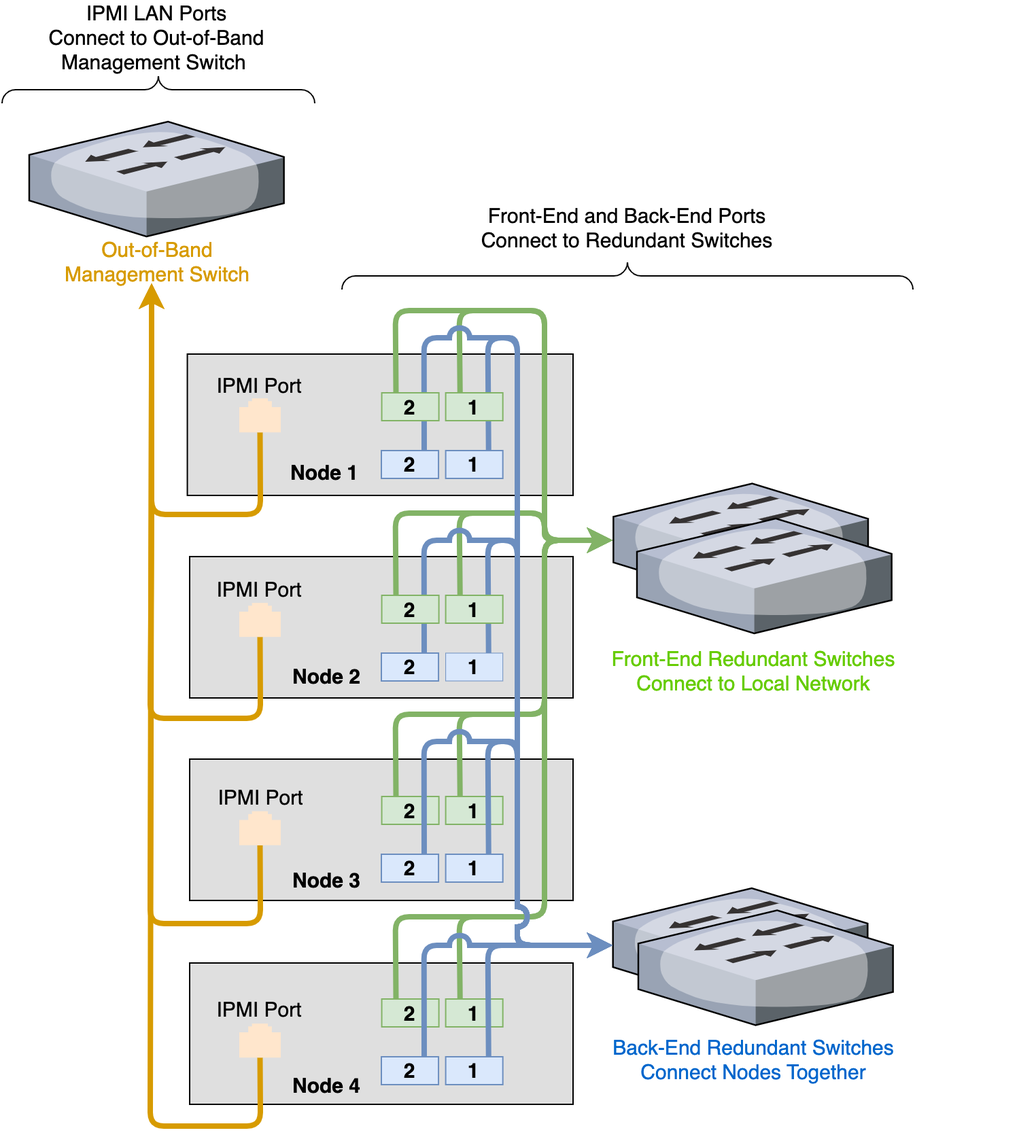
The draw.io diagram hardware-guide/platform-agnostic/images/platform-agnostic-split-networking-four-node-cluster.png in Qumulo/docs, before a commit. Source tidied: cells renumbered, new cells last; positions are measured from the earlier drawing's top-left corner, leaving out a move shared by most shapes.
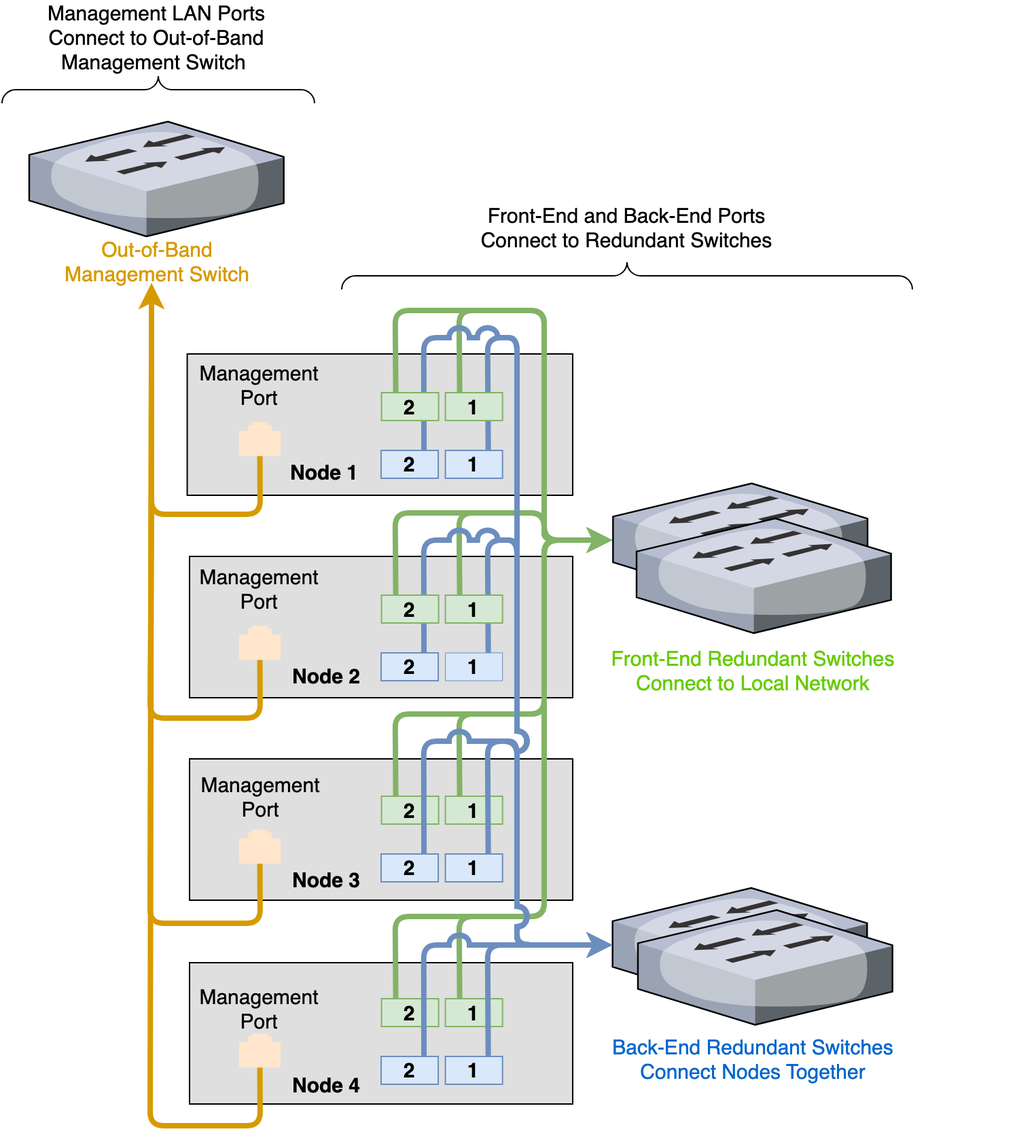
Above is the later version.

What changed in the source:
```diff
@@ -26,7 +26,7 @@
     <mxCell id="9" style="verticalLabelPosition=bottom;shadow=0;dashed=0;align=center;html=1;verticalAlign=top;strokeWidth=1;shape=mxgraph.mockup.markup.curlyBrace;fontColor=#66B2FF;" parent="1" vertex="1">
       <mxGeometry x="251" y="185.5" width="420" height="20" as="geometry" />
     </mxCell>
-    <mxCell id="10" value="&lt;span style=&quot;font-weight: normal&quot;&gt;IPMI LAN Ports&lt;br&gt;Connect to Out-of-Band&lt;br&gt;Management Switch&amp;nbsp;&lt;/span&gt;" style="text;html=1;strokeColor=none;fillColor=none;align=center;verticalAlign=middle;whiteSpace=wrap;rounded=0;shadow=0;fontSize=15;fontStyle=1;" parent="1" vertex="1">
+    <mxCell id="10" value="&lt;span style=&quot;font-weight: normal&quot;&gt;Management LAN Ports&lt;br&gt;Connect to Out-of-Band&lt;br&gt;Management Switch&amp;nbsp;&lt;/span&gt;" style="text;html=1;strokeColor=none;fillColor=none;align=center;verticalAlign=middle;whiteSpace=wrap;rounded=0;shadow=0;fontSize=15;fontStyle=1;" parent="1" vertex="1">
       <mxGeometry x="-0.3" width="230" height="40" as="geometry" />
     </mxCell>
     <mxCell id="11" style="verticalLabelPosition=bottom;shadow=0;dashed=0;align=center;html=1;verticalAlign=top;strokeWidth=1;shape=mxgraph.mockup.markup.curlyBrace;fontColor=#66B2FF;" parent="1" vertex="1">
@@ -82,7 +82,7 @@
       </mxGeometry>
     </mxCell>
     <mxCell id="19" style="group;" parent="1" vertex="1">
-      <mxGeometry x="175.5" y="745.5" width="30.5" height="23" as="geometry" />
+      <mxGeometry x="175.5" y="753" width="30.5" height="23" as="geometry" />
     </mxCell>
     <mxCell id="20" style="group;" parent="19" vertex="1">
       <mxGeometry y="0.1" width="30.5" height="25" as="geometry" />
@@ -96,17 +96,14 @@
     <mxCell id="23" style="rounded=0;whiteSpace=wrap;html=1;strokeWidth=0.5;fillColor=#ffe6cc;strokeColor=none;" parent="20" vertex="1">
       <mxGeometry x="9.4" width="11.7" height="8.3" as="geometry" />
     </mxCell>
-    <mxCell id="24" value="&lt;span style=&quot;&quot;&gt;IPMI Port&lt;/span&gt;" style="text;html=1;strokeColor=none;fillColor=none;align=center;verticalAlign=middle;whiteSpace=wrap;rounded=0;shadow=0;fontSize=15;fontStyle=0;" parent="1" vertex="1">
+    <mxCell id="24" value="&lt;span style=&quot;&quot;&gt;Management&lt;br&gt;Port&lt;br&gt;&lt;/span&gt;" style="text;html=1;strokeColor=none;fillColor=none;align=center;verticalAlign=middle;whiteSpace=wrap;rounded=0;shadow=0;fontSize=15;fontStyle=0;" parent="1" vertex="1">
       <mxGeometry x="149.8" y="725" width="81" height="20" as="geometry" />
     </mxCell>
     <mxCell id="25" value="&lt;span style=&quot;&quot;&gt;Node 2&lt;/span&gt;" style="text;html=1;strokeColor=none;fillColor=none;align=center;verticalAlign=middle;whiteSpace=wrap;rounded=0;shadow=0;fontSize=15;fontStyle=1;" parent="1" vertex="1">
       <mxGeometry x="139.8" y="480" width="200.2" height="20" as="geometry" />
     </mxCell>
-    <mxCell id="26" value="&lt;span style=&quot;&quot;&gt;IPMI Port&lt;/span&gt;" style="text;html=1;strokeColor=none;fillColor=none;align=center;verticalAlign=middle;whiteSpace=wrap;rounded=0;shadow=0;fontSize=15;fontStyle=0;" parent="1" vertex="1">
-      <mxGeometry x="150.8" y="569.2" width="81" height="20" as="geometry" />
-    </mxCell>
     <mxCell id="27" style="group;" parent="1" vertex="1">
-      <mxGeometry x="175.5" y="589.2" width="30.5" height="23" as="geometry" />
+      <mxGeometry x="175.5" y="603" width="30.5" height="23" as="geometry" />
     </mxCell>
     <mxCell id="28" style="group;" parent="27" vertex="1">
       <mxGeometry y="0.1" width="30.5" height="25" as="geometry" />
@@ -120,11 +117,8 @@
     <mxCell id="31" style="rounded=0;whiteSpace=wrap;html=1;strokeWidth=0.5;fillColor=#ffe6cc;strokeColor=none;" parent="28" vertex="1">
       <mxGeometry x="9.4" width="11.7" height="8.3" as="geometry" />
     </mxCell>
-    <mxCell id="32" value="&lt;span style=&quot;&quot;&gt;IPMI Port&lt;/span&gt;" style="text;html=1;strokeColor=none;fillColor=none;align=center;verticalAlign=middle;whiteSpace=wrap;rounded=0;shadow=0;fontSize=15;fontStyle=0;" parent="1" vertex="1">
-      <mxGeometry x="149.8" y="416" width="81" height="20" as="geometry" />
-    </mxCell>
     <mxCell id="33" style="group;" parent="1" vertex="1">
-      <mxGeometry x="175.5" y="436" width="30.5" height="23" as="geometry" />
+      <mxGeometry x="175.5" y="453" width="30.5" height="23" as="geometry" />
     </mxCell>
     <mxCell id="34" style="group;" parent="33" vertex="1">
       <mxGeometry y="0.1" width="30.5" height="25" as="geometry" />
@@ -138,11 +132,8 @@
     <mxCell id="37" style="rounded=0;whiteSpace=wrap;html=1;strokeWidth=0.5;fillColor=#ffe6cc;strokeColor=none;" parent="34" vertex="1">
       <mxGeometry x="9.4" width="11.7" height="8.3" as="geometry" />
     </mxCell>
-    <mxCell id="38" value="&lt;span style=&quot;&quot;&gt;IPMI Port&lt;/span&gt;" style="text;html=1;strokeColor=none;fillColor=none;align=center;verticalAlign=middle;whiteSpace=wrap;rounded=0;shadow=0;fontSize=15;fontStyle=0;" parent="1" vertex="1">
-      <mxGeometry x="149.8" y="265.5" width="81" height="20" as="geometry" />
-    </mxCell>
     <mxCell id="39" style="group;" parent="1" vertex="1">
-      <mxGeometry x="175.5" y="285.5" width="30.5" height="23" as="geometry" />
+      <mxGeometry x="175.5" y="303" width="30.5" height="23" as="geometry" />
     </mxCell>
     <mxCell id="40" style="group;" parent="39" vertex="1">
       <mxGeometry y="0.1" width="30.5" height="25" as="geometry" />
@@ -381,5 +372,14 @@
     <mxCell id="82" value="&lt;span&gt;2&lt;/span&gt;" style="text;html=1;strokeColor=#6c8ebf;fillColor=#dae8fc;align=center;verticalAlign=middle;whiteSpace=wrap;rounded=0;shadow=0;fontSize=15;fontStyle=1;strokeWidth=1;" parent="44" vertex="1">
       <mxGeometry y="103" width="42" height="20.5" as="geometry" />
     </mxCell>
+    <mxCell id="38" value="&lt;span style=&quot;&quot;&gt;Management&lt;br&gt;Port&lt;br&gt;&lt;/span&gt;" style="text;html=1;strokeColor=none;fillColor=none;align=center;verticalAlign=middle;whiteSpace=wrap;rounded=0;shadow=0;fontSize=15;fontStyle=0;" parent="1" vertex="1">
+      <mxGeometry x="149.8" y="265.5" width="81" height="20" as="geometry" />
+    </mxCell>
+    <mxCell id="32" value="&lt;span style=&quot;&quot;&gt;Management&lt;br&gt;Port&lt;br&gt;&lt;/span&gt;" style="text;html=1;strokeColor=none;fillColor=none;align=center;verticalAlign=middle;whiteSpace=wrap;rounded=0;shadow=0;fontSize=15;fontStyle=0;" parent="1" vertex="1">
+      <mxGeometry x="149.8" y="416" width="81" height="20" as="geometry" />
+    </mxCell>
+    <mxCell id="26" value="&lt;span style=&quot;&quot;&gt;Management&lt;br&gt;Port&lt;br&gt;&lt;/span&gt;" style="text;html=1;strokeColor=none;fillColor=none;align=center;verticalAlign=middle;whiteSpace=wrap;rounded=0;shadow=0;fontSize=15;fontStyle=0;" parent="1" vertex="1">
+      <mxGeometry x="150.8" y="569.2" width="81" height="20" as="geometry" />
+    </mxCell>
   </root>
 </mxGraphModel>
```
